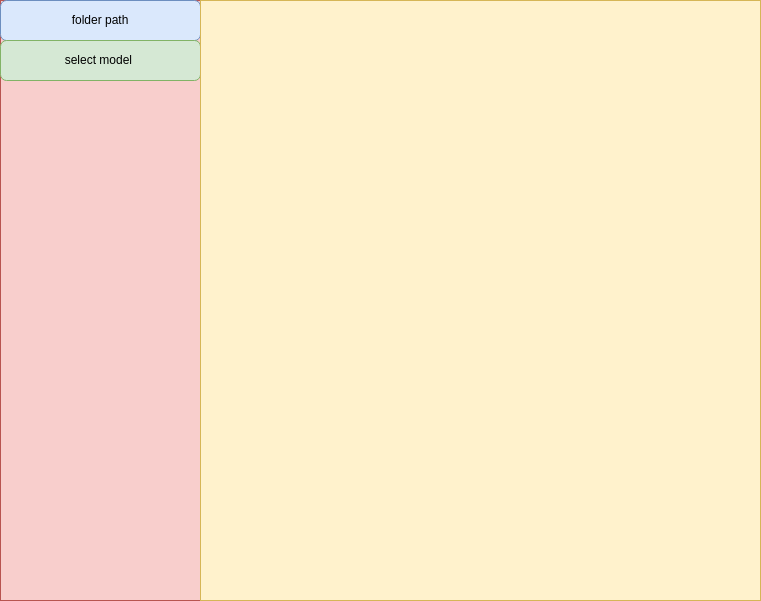
abchotujnn1/automatic_data_curation keeps this draw.io diagram as automatic data curation.png. Above is the earlier version. Source tidied: cells renumbered, new cells last; positions are measured from the earlier drawing's top-left corner, leaving out a move shared by most shapes.
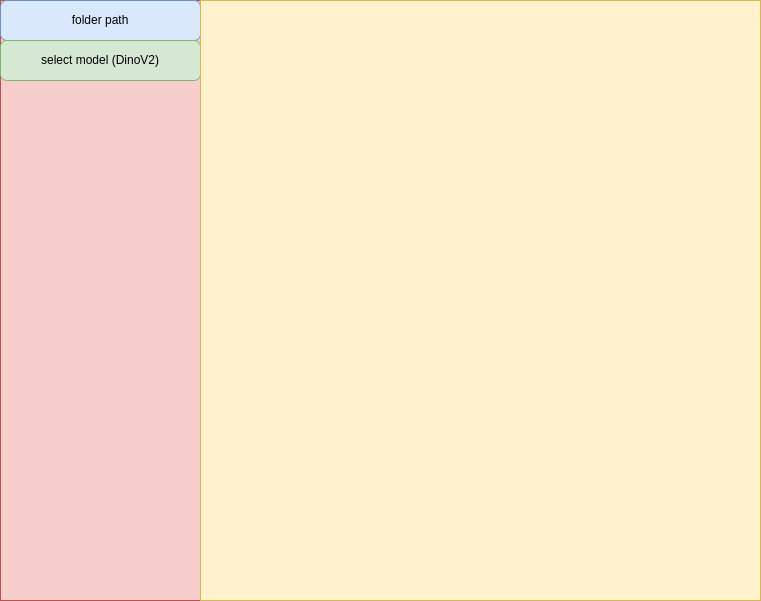
The same file after the commit.

The edit, as a diff of the source:
```diff
@@ -8,7 +8,7 @@
     <mxCell id="3" value="folder path" style="rounded=1;whiteSpace=wrap;html=1;fillColor=#dae8fc;strokeColor=#6c8ebf;" parent="1" vertex="1">
       <mxGeometry width="200" height="40" as="geometry" />
     </mxCell>
-    <mxCell id="4" value="select model&amp;nbsp;" style="rounded=1;whiteSpace=wrap;html=1;fillColor=#d5e8d4;strokeColor=#82b366;" parent="1" vertex="1">
+    <mxCell id="4" value="select model (DinoV2)" style="rounded=1;whiteSpace=wrap;html=1;fillColor=#d5e8d4;strokeColor=#82b366;" parent="1" vertex="1">
       <mxGeometry y="40" width="200" height="40" as="geometry" />
     </mxCell>
     <mxCell id="5" style="rounded=0;whiteSpace=wrap;html=1;fillColor=#fff2cc;strokeColor=#d6b656;" parent="1" vertex="1">
```
